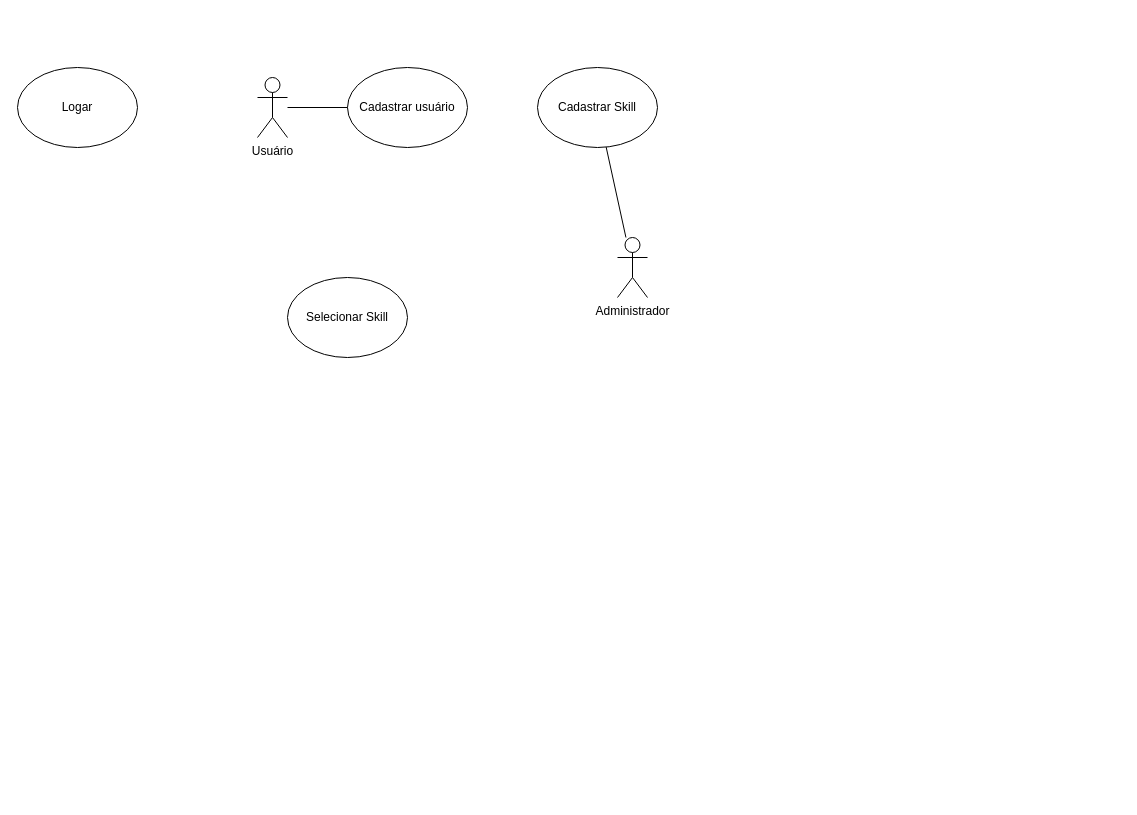
Above: page "MVP" (3 of 3) of GFT/Diagrama sem nome.drawio in LuizFelipeBender/Bootcamps (draw.io), before the change. Source tidied: cells renumbered, new cells numbered last; positions are measured from the earlier drawing's top-left corner, leaving out a move shared by most shapes. Both pictures are drawn from the tidied source at 100%, with x=0, y=0 at pixel (17, 67).
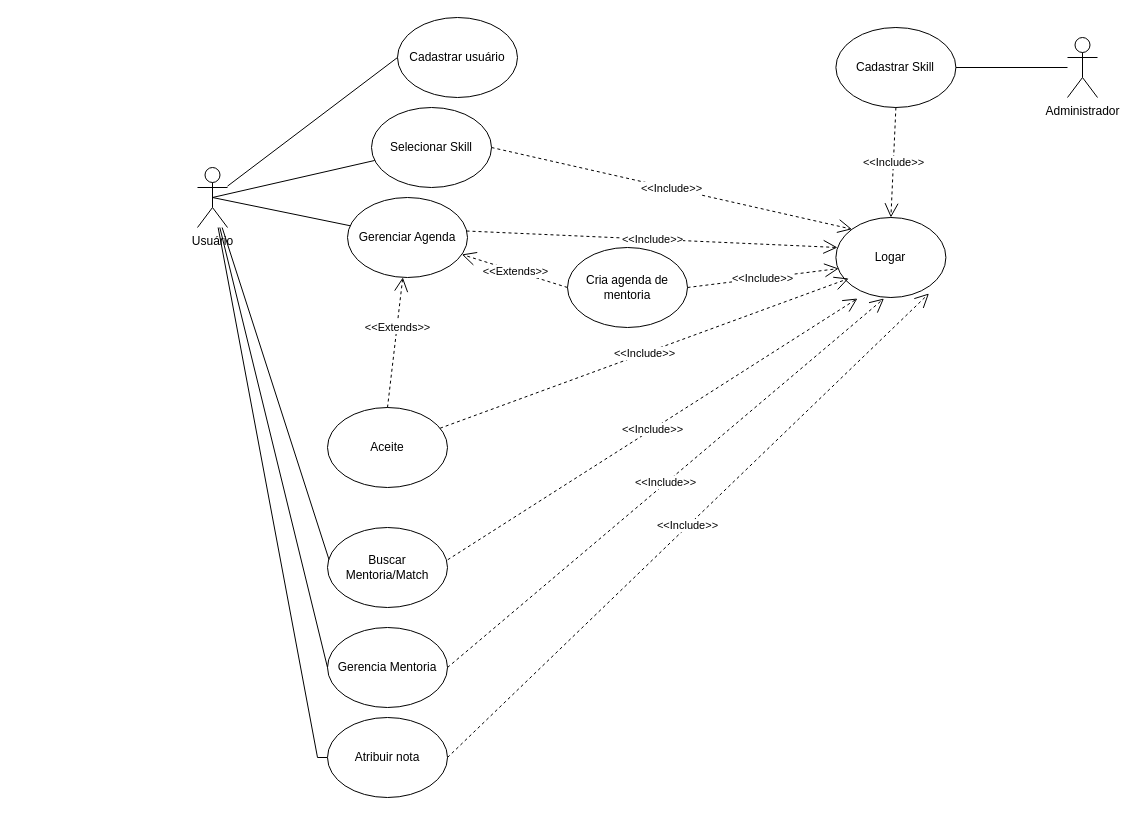
The same diagram, later.

Diff of the diagram source:
```diff
@@
     <mxCell id="2" value="Usuário" style="shape=umlActor;verticalLabelPosition=bottom;verticalAlign=top;html=1;outlineConnect=0;" parent="1" vertex="1">
-      <mxGeometry x="240" y="10" width="30" height="60" as="geometry" />
+      <mxGeometry x="180" y="100" width="30" height="60" as="geometry" />
     </mxCell>
     <mxCell id="3" value="Cadastrar usuário" style="ellipse;whiteSpace=wrap;html=1;" parent="1" vertex="1">
-      <mxGeometry x="330" width="120" height="80" as="geometry" />
+      <mxGeometry x="380" y="-50" width="120" height="80" as="geometry" />
     </mxCell>
@@
     <mxCell id="5" value="Administrador" style="shape=umlActor;verticalLabelPosition=bottom;verticalAlign=top;html=1;outlineConnect=0;" parent="1" vertex="1">
-      <mxGeometry x="600" y="170" width="30" height="60" as="geometry" />
+      <mxGeometry x="1050" y="-30" width="30" height="60" as="geometry" />
     </mxCell>
     <mxCell id="6" value="Cadastrar Skill" style="ellipse;whiteSpace=wrap;html=1;" parent="1" vertex="1">
-      <mxGeometry x="520" width="120" height="80" as="geometry" />
+      <mxGeometry x="818.4" y="-40" width="120" height="80" as="geometry" />
     </mxCell>
@@
-    <mxCell id="8" value="Selecionar Skill" style="ellipse;whiteSpace=wrap;html=1;" parent="1" vertex="1">
-      <mxGeometry x="270" y="210" width="120" height="80" as="geometry" />
+    <mxCell id="8" value="Logar" style="ellipse;whiteSpace=wrap;html=1;" parent="1" vertex="1">
+      <mxGeometry x="818.4" y="150" width="110" height="80" as="geometry" />
     </mxCell>
-    <mxCell id="9" value="Logar" style="ellipse;whiteSpace=wrap;html=1;" parent="1" vertex="1">
-      <mxGeometry width="120" height="80" as="geometry" />
+    <mxCell id="9" value="Selecionar Skill" style="ellipse;whiteSpace=wrap;html=1;" parent="1" vertex="1">
+      <mxGeometry x="354" y="40" width="120" height="80" as="geometry" />
     </mxCell>
+    <mxCell id="10" value="&amp;lt;&amp;lt;Include&amp;gt;&amp;gt;&lt;br&gt;" style="endArrow=open;endSize=12;dashed=1;html=1;rounded=0;exitX=1;exitY=0.5;exitDx=0;exitDy=0;entryX=0;entryY=0;entryDx=0;entryDy=0;" parent="1" edge="1" source="9" target="8">
+      <mxGeometry relative="1" as="geometry" />
+    </mxCell>
+    <mxCell id="11" style="endArrow=none;html=1;rounded=0;entryX=0.5;entryY=0.5;entryDx=0;entryDy=0;entryPerimeter=0;" parent="1" edge="1" source="9" target="2">
+      <mxGeometry relative="1" as="geometry" />
+    </mxCell>
+    <mxCell id="12" value="Cria agenda de mentoria" style="ellipse;whiteSpace=wrap;html=1;" parent="1" vertex="1">
+      <mxGeometry x="550" y="180" width="120" height="80" as="geometry" />
+    </mxCell>
+    <mxCell id="13" value="&amp;lt;&amp;lt;Include&amp;gt;&amp;gt;&lt;br&gt;" style="endArrow=open;endSize=12;dashed=1;html=1;rounded=0;exitX=1;exitY=0.5;exitDx=0;exitDy=0;entryX=0.025;entryY=0.638;entryDx=0;entryDy=0;entryPerimeter=0;" parent="1" edge="1" source="12" target="8">
+      <mxGeometry relative="1" as="geometry" />
+    </mxCell>
+    <mxCell id="14" value="Buscar Mentoria/Match&lt;br&gt;" style="ellipse;whiteSpace=wrap;html=1;" parent="1" vertex="1">
+      <mxGeometry x="310" y="460" width="120" height="80" as="geometry" />
+    </mxCell>
+    <mxCell id="15" style="endArrow=none;html=1;rounded=0;exitX=0.013;exitY=0.403;exitDx=0;exitDy=0;exitPerimeter=0;" parent="1" edge="1" source="14" target="2">
+      <mxGeometry relative="1" as="geometry" />
+    </mxCell>
+    <mxCell id="16" value="Gerenciar Agenda" style="ellipse;whiteSpace=wrap;html=1;" parent="1" vertex="1">
+      <mxGeometry x="330" y="130" width="120" height="80" as="geometry" />
+    </mxCell>
+    <mxCell id="17" style="endArrow=none;html=1;rounded=0;entryX=0.5;entryY=0.5;entryDx=0;entryDy=0;entryPerimeter=0;" parent="1" edge="1" source="16" target="2">
+      <mxGeometry relative="1" as="geometry" />
+    </mxCell>
+    <mxCell id="18" value="&amp;lt;&amp;lt;Extends&amp;gt;&amp;gt;" style="endArrow=open;endSize=12;dashed=1;html=1;rounded=0;exitX=0;exitY=0.5;exitDx=0;exitDy=0;" parent="1" edge="1" source="12" target="16">
+      <mxGeometry relative="1" as="geometry" />
+    </mxCell>
+    <mxCell id="19" value="&amp;lt;&amp;lt;Include&amp;gt;&amp;gt;&lt;br&gt;" style="endArrow=open;endSize=12;dashed=1;html=1;rounded=0;exitX=1.002;exitY=0.403;exitDx=0;exitDy=0;exitPerimeter=0;" parent="1" edge="1" source="14">
+      <mxGeometry relative="1" as="geometry">
+        <mxPoint x="840" y="231" as="targetPoint" />
+      </mxGeometry>
+    </mxCell>
+    <mxCell id="20" value="Aceite" style="ellipse;whiteSpace=wrap;html=1;" parent="1" vertex="1">
+      <mxGeometry x="310" y="340" width="120" height="80" as="geometry" />
+    </mxCell>
+    <mxCell id="21" value="&amp;lt;&amp;lt;Extends&amp;gt;&amp;gt;" style="endArrow=open;endSize=12;dashed=1;html=1;rounded=0;exitX=0.5;exitY=0;exitDx=0;exitDy=0;" parent="1" edge="1" source="20" target="16">
+      <mxGeometry x="0.23" y="-1" relative="1" as="geometry" />
+    </mxCell>
+    <mxCell id="22" value="Gerencia Mentoria" style="ellipse;whiteSpace=wrap;html=1;" parent="1" vertex="1">
+      <mxGeometry x="310" y="560" width="120" height="80" as="geometry" />
+    </mxCell>
+    <mxCell id="23" style="endArrow=none;html=1;rounded=0;exitX=0;exitY=0.5;exitDx=0;exitDy=0;" parent="1" edge="1" source="22" target="2">
+      <mxGeometry relative="1" as="geometry" />
+    </mxCell>
+    <mxCell id="24" style="endArrow=none;html=1;rounded=0;" parent="1" edge="1" source="25" target="2">
+      <mxGeometry relative="1" as="geometry">
+        <Array as="points">
+          <mxPoint x="300" y="690" />
+        </Array>
+      </mxGeometry>
+    </mxCell>
+    <mxCell id="25" value="Atribuir nota" style="ellipse;whiteSpace=wrap;html=1;" parent="1" vertex="1">
+      <mxGeometry x="310" y="650" width="120" height="80" as="geometry" />
+    </mxCell>
+    <mxCell id="26" value="&amp;lt;&amp;lt;Include&amp;gt;&amp;gt;&lt;br&gt;" style="endArrow=open;endSize=12;dashed=1;html=1;rounded=0;exitX=1;exitY=0.5;exitDx=0;exitDy=0;entryX=0.437;entryY=1.013;entryDx=0;entryDy=0;entryPerimeter=0;" parent="1" edge="1" source="22" target="8">
+      <mxGeometry relative="1" as="geometry" />
+    </mxCell>
+    <mxCell id="27" value="&amp;lt;&amp;lt;Include&amp;gt;&amp;gt;&lt;br&gt;" style="endArrow=open;endSize=12;dashed=1;html=1;rounded=0;exitX=1;exitY=0.5;exitDx=0;exitDy=0;entryX=0.846;entryY=0.95;entryDx=0;entryDy=0;entryPerimeter=0;" parent="1" edge="1" source="25" target="8">
+      <mxGeometry relative="1" as="geometry" />
+    </mxCell>
+    <mxCell id="28" value="&amp;lt;&amp;lt;Include&amp;gt;&amp;gt;&lt;br&gt;" style="endArrow=open;endSize=12;dashed=1;html=1;rounded=0;entryX=0.025;entryY=0.638;entryDx=0;entryDy=0;entryPerimeter=0;" parent="1" edge="1" source="20">
+      <mxGeometry relative="1" as="geometry">
+        <mxPoint x="831.2" y="211" as="targetPoint" />
+      </mxGeometry>
+    </mxCell>
+    <mxCell id="29" value="&amp;lt;&amp;lt;Include&amp;gt;&amp;gt;&lt;br&gt;" style="endArrow=open;endSize=12;dashed=1;html=1;rounded=0;exitX=0.992;exitY=0.419;exitDx=0;exitDy=0;exitPerimeter=0;" parent="1" edge="1" source="16">
+      <mxGeometry relative="1" as="geometry">
+        <mxPoint x="820" y="180" as="targetPoint" />
+      </mxGeometry>
+    </mxCell>
+    <mxCell id="30" value="&amp;lt;&amp;lt;Include&amp;gt;&amp;gt;&lt;br&gt;" style="endArrow=open;endSize=12;dashed=1;html=1;rounded=0;exitX=0.5;exitY=1;exitDx=0;exitDy=0;entryX=0.5;entryY=0;entryDx=0;entryDy=0;" parent="1" edge="1" source="6" target="8">
+      <mxGeometry relative="1" as="geometry" />
+    </mxCell>
```
